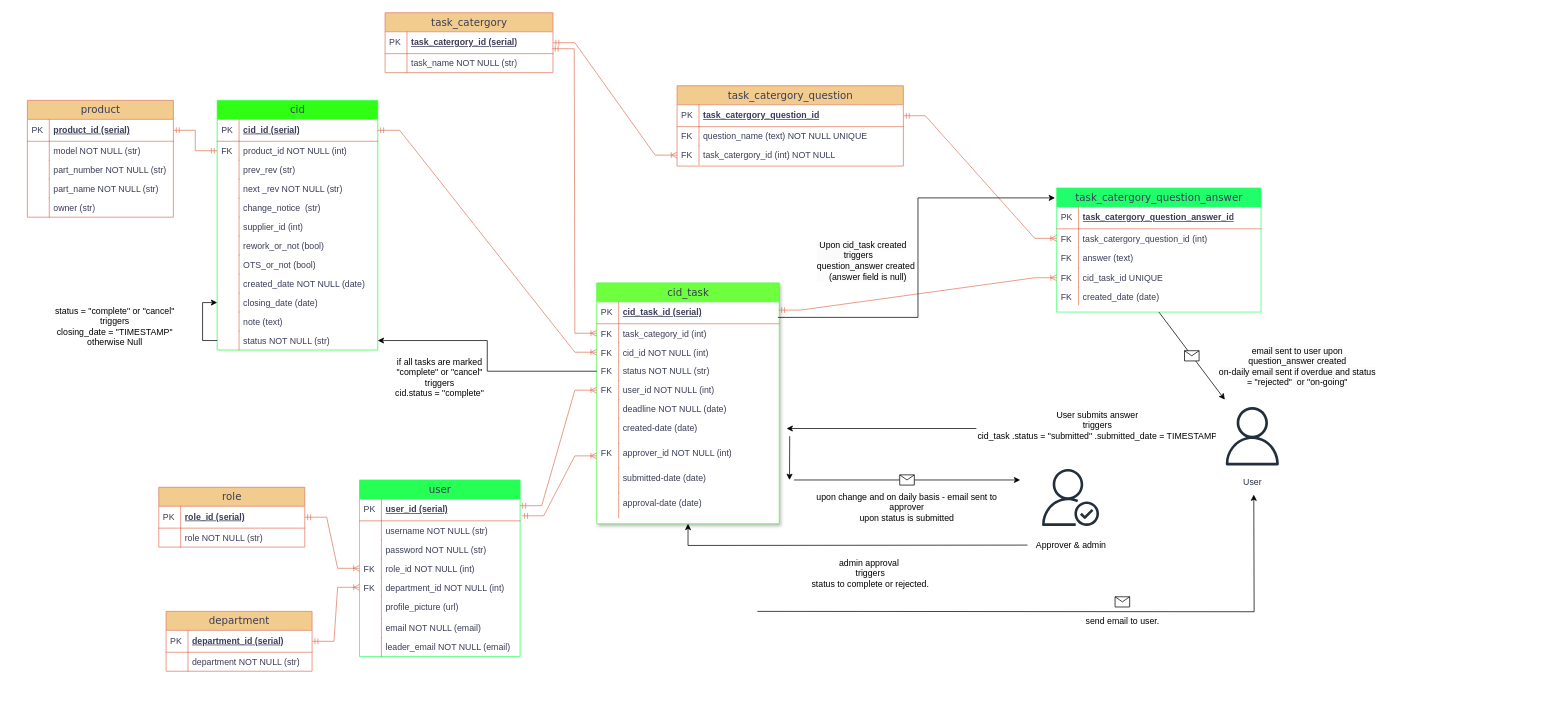
Before: Untitled Diagram.drawio in HieuBuiCong/ResumeHieuBC, a draw.io diagram. Source tidied: cells renumbered, new cells numbered last; positions are measured from the earlier drawing's top-left corner, leaving out a move shared by most shapes. Both pictures are drawn from the tidied source at 73%, with x=0, y=0 at pixel (12, -97).
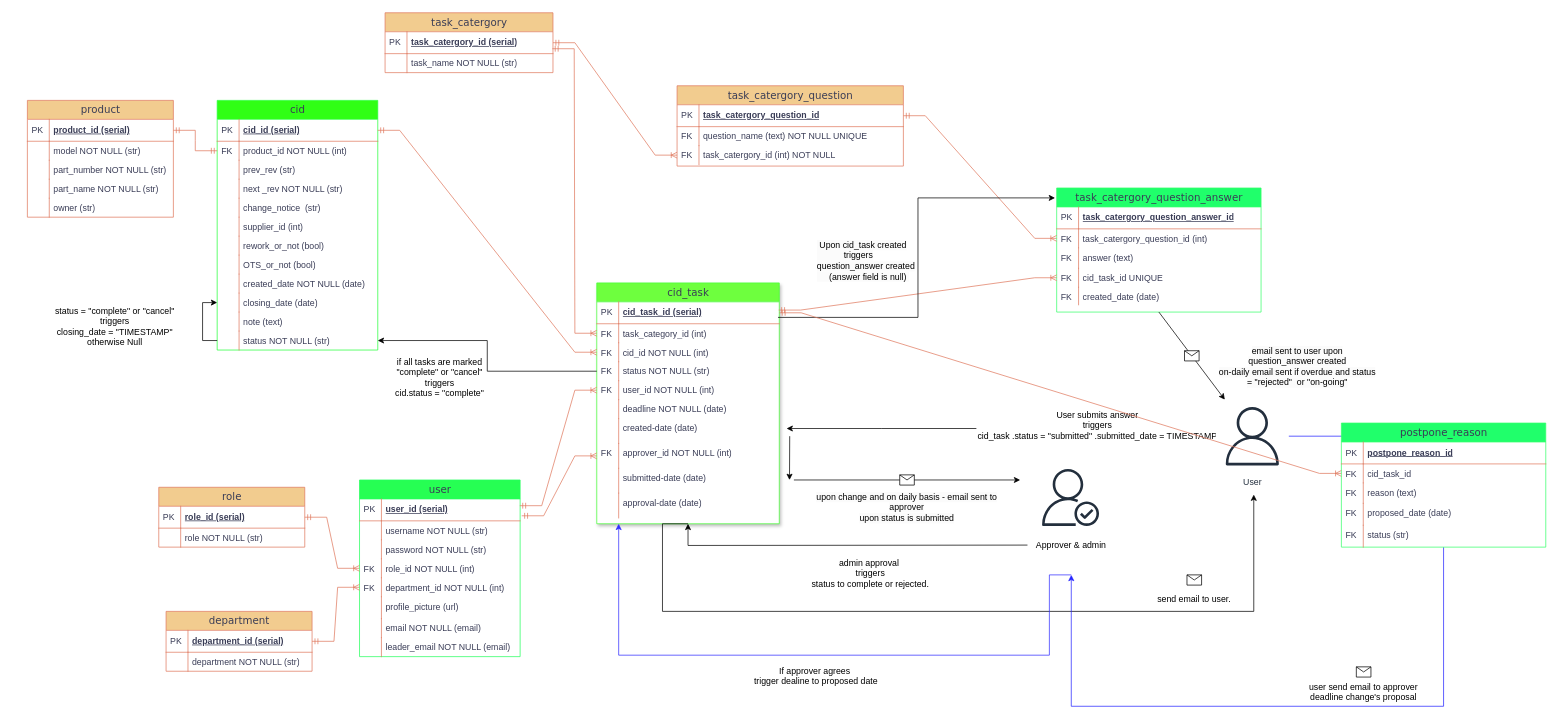
Above is the later version.

The change refers to these unchanged cells:
```xml
<mxCell id="71" value="cid_task" style="swimlane;html=1;fontStyle=0;horizontal=1;startSize=26;fillColor=#6EFF3E;swimlaneFillColor=#ffffff;align=center;rounded=0;shadow=1;comic=0;labelBackgroundColor=none;strokeWidth=1;fontFamily=Verdana;fontSize=14;strokeColor=#46FF34;fontColor=#393C56;" parent="1" vertex="1">
  <mxGeometry x="800" y="520" width="250" height="330" as="geometry" />
</mxCell>
<mxCell id="72" value="cid_task_id (serial)" style="shape=partialRectangle;top=0;left=0;right=0;bottom=1;html=1;align=left;verticalAlign=middle;fillColor=none;spacingLeft=34;spacingRight=4;whiteSpace=wrap;overflow=hidden;points=[[0,0.5],[1,0.5]];portConstraint=eastwest;fontStyle=5;labelBackgroundColor=none;strokeColor=#E07A5F;fontColor=#393C56;" parent="71" vertex="1">
  <mxGeometry y="26" width="250" height="30" as="geometry" />
</mxCell>
<mxCell id="132" value="User" style="sketch=0;outlineConnect=0;fontColor=#232F3E;gradientColor=none;strokeColor=#232F3E;fillColor=#ffffff;dashed=0;verticalLabelPosition=bottom;verticalAlign=top;align=center;html=1;fontSize=12;fontStyle=0;shape=mxgraph.aws4.resourceIcon;resIcon=mxgraph.aws4.user;" parent="1" vertex="1">
  <mxGeometry x="1648" y="680" width="100" height="100" as="geometry" />
</mxCell>
```

Diff of the diagram source:
```diff
@@
-    <mxCell id="139" style="edgeStyle=orthogonalEdgeStyle;rounded=0;orthogonalLoop=1;jettySize=auto;html=1;" parent="1" edge="1">
+    <mxCell id="139" style="edgeStyle=orthogonalEdgeStyle;rounded=0;jettySize=auto;html=1;exitX=0.5;exitY=1;exitDx=0;exitDy=0;" parent="1" edge="1" source="71">
       <mxGeometry relative="1" as="geometry">
-        <mxPoint x="1020" y="970" as="sourcePoint" />
         <mxPoint x="1700" y="810" as="targetPoint" />
+        <Array as="points">
+          <mxPoint x="890" y="850" />
+          <mxPoint x="890" y="970" />
+          <mxPoint x="1700" y="970" />
+        </Array>
       </mxGeometry>
     </mxCell>
     <mxCell id="140" style="shape=message;html=1;" parent="1" vertex="1">
-      <mxGeometry x="1510" y="950" width="20" height="14" as="geometry" />
+      <mxGeometry x="1608.5" y="920" width="20" height="14" as="geometry" />
     </mxCell>
     <mxCell id="141" value="send email to user." style="text;whiteSpace=wrap;html=1;align=center;" parent="1" vertex="1">
-      <mxGeometry x="1389.5" y="970" width="261" height="30" as="geometry" />
+      <mxGeometry x="1488" y="940" width="261" height="30" as="geometry" />
     </mxCell>
+    <mxCell id="142" style="edgeStyle=orthogonalEdgeStyle;rounded=0;jettySize=auto;html=1;fillColor=#FF3424;strokeColor=light-dark(#2425FF,#FFFFFF);" parent="1" edge="1" source="132">
+      <mxGeometry relative="1" as="geometry">
+        <mxPoint x="1450" y="920" as="targetPoint" />
+        <Array as="points">
+          <mxPoint x="1960" y="730" />
+          <mxPoint x="1960" y="1100" />
+        </Array>
+      </mxGeometry>
+    </mxCell>
+    <mxCell id="143" style="shape=message;html=1;" parent="1" vertex="1">
+      <mxGeometry x="1840.5" y="1046" width="20" height="14" as="geometry" />
+    </mxCell>
+    <mxCell id="144" value="user send email to approver&lt;br&gt;deadline change's proposal" style="text;whiteSpace=wrap;html=1;align=center;" parent="1" vertex="1">
+      <mxGeometry x="1720" y="1060" width="261" height="30" as="geometry" />
+    </mxCell>
+    <mxCell id="145" style="edgeStyle=orthogonalEdgeStyle;rounded=0;orthogonalLoop=1;jettySize=auto;html=1;fillColor=#61FF7D;strokeColor=light-dark(#322EFF,#FFFFFF);" parent="1" edge="1">
+      <mxGeometry relative="1" as="geometry">
+        <mxPoint x="1450" y="920" as="sourcePoint" />
+        <mxPoint x="830" y="850" as="targetPoint" />
+        <Array as="points">
+          <mxPoint x="1420" y="920" />
+          <mxPoint x="1420" y="1030" />
+          <mxPoint x="830" y="1030" />
+        </Array>
+      </mxGeometry>
+    </mxCell>
+    <mxCell id="146" value="If approver agrees&amp;nbsp;&lt;br&gt;trigger dealine to proposed date" style="text;whiteSpace=wrap;html=1;align=center;" parent="1" vertex="1">
+      <mxGeometry x="970" y="1038" width="261" height="62" as="geometry" />
+    </mxCell>
+    <mxCell id="147" value="postpone_reason" style="swimlane;html=1;fontStyle=0;horizontal=1;startSize=26;fillColor=#20FF6B;swimlaneFillColor=#ffffff;align=center;rounded=0;shadow=0;comic=0;labelBackgroundColor=none;strokeWidth=1;fontFamily=Verdana;fontSize=14;strokeColor=#36FF6A;fontColor=#393C56;" parent="1" vertex="1">
+      <mxGeometry x="1820" y="712" width="280" height="170" as="geometry" />
+    </mxCell>
+    <mxCell id="148" value="postpone_reason_id" style="shape=partialRectangle;top=0;left=0;right=0;bottom=1;html=1;align=left;verticalAlign=middle;fillColor=none;spacingLeft=34;spacingRight=4;whiteSpace=wrap;overflow=hidden;fontStyle=5;strokeColor=#E07A5F;labelBackgroundColor=none;fontColor=#393C56;" parent="147" vertex="1">
+      <mxGeometry y="26" width="280" height="30" as="geometry" />
+    </mxCell>
+    <mxCell id="149" value="PK" style="shape=partialRectangle;top=0;left=0;bottom=0;html=1;fillColor=none;align=left;verticalAlign=middle;spacingLeft=4;spacingRight=4;whiteSpace=wrap;overflow=hidden;labelBackgroundColor=none;strokeColor=#E07A5F;fontColor=#393C56;" parent="148" vertex="1">
+      <mxGeometry width="30" height="30" as="geometry" />
+    </mxCell>
+    <mxCell id="150" value="cid_task_id" style="shape=partialRectangle;top=0;left=0;right=0;bottom=0;html=1;align=left;verticalAlign=top;fillColor=none;spacingLeft=34;spacingRight=4;whiteSpace=wrap;overflow=hidden;points=[[0,0.5],[1,0.5]];portConstraint=eastwest;labelBackgroundColor=none;strokeColor=#E07A5F;fontColor=#393C56;" parent="147" vertex="1">
+      <mxGeometry y="56" width="280" height="26" as="geometry" />
+    </mxCell>
+    <mxCell id="151" value="FK" style="shape=partialRectangle;top=0;left=0;bottom=0;html=1;fillColor=none;align=left;verticalAlign=top;spacingLeft=4;spacingRight=4;whiteSpace=wrap;overflow=hidden;labelBackgroundColor=none;strokeColor=#E07A5F;fontColor=#393C56;" parent="150" vertex="1">
+      <mxGeometry width="30" height="26" as="geometry" />
+    </mxCell>
+    <mxCell id="152" value="reason (text)" style="shape=partialRectangle;top=0;left=0;right=0;bottom=0;html=1;align=left;verticalAlign=top;fillColor=none;spacingLeft=34;spacingRight=4;whiteSpace=wrap;overflow=hidden;labelBackgroundColor=none;strokeColor=#E07A5F;fontColor=#393C56;" parent="147" vertex="1">
+      <mxGeometry y="82" width="280" height="28" as="geometry" />
+    </mxCell>
+    <mxCell id="153" value="FK" style="shape=partialRectangle;top=0;left=0;bottom=0;html=1;fillColor=none;align=left;verticalAlign=top;spacingLeft=4;spacingRight=4;whiteSpace=wrap;overflow=hidden;labelBackgroundColor=none;strokeColor=#E07A5F;fontColor=#393C56;" parent="152" vertex="1">
+      <mxGeometry width="30" height="28" as="geometry" />
+    </mxCell>
+    <mxCell id="154" value="proposed_date (date)" style="shape=partialRectangle;top=0;left=0;right=0;bottom=0;html=1;align=left;verticalAlign=top;fillColor=none;spacingLeft=34;spacingRight=4;whiteSpace=wrap;overflow=hidden;labelBackgroundColor=none;strokeColor=#E07A5F;fontColor=#393C56;" parent="147" vertex="1">
+      <mxGeometry y="110" width="280" height="30" as="geometry" />
+    </mxCell>
+    <mxCell id="155" value="FK" style="shape=partialRectangle;top=0;left=0;bottom=0;html=1;fillColor=none;align=left;verticalAlign=top;spacingLeft=4;spacingRight=4;whiteSpace=wrap;overflow=hidden;labelBackgroundColor=none;strokeColor=#E07A5F;fontColor=#393C56;" parent="154" vertex="1">
+      <mxGeometry width="30" height="30" as="geometry" />
+    </mxCell>
+    <mxCell id="156" value="status (str)" style="shape=partialRectangle;top=0;left=0;right=0;bottom=0;html=1;align=left;verticalAlign=top;fillColor=none;spacingLeft=34;spacingRight=4;whiteSpace=wrap;overflow=hidden;labelBackgroundColor=none;strokeColor=#E07A5F;fontColor=#393C56;" parent="147" vertex="1">
+      <mxGeometry y="140" width="280" height="30" as="geometry" />
+    </mxCell>
+    <mxCell id="157" value="FK" style="shape=partialRectangle;top=0;left=0;bottom=0;html=1;fillColor=none;align=left;verticalAlign=top;spacingLeft=4;spacingRight=4;whiteSpace=wrap;overflow=hidden;labelBackgroundColor=none;strokeColor=#E07A5F;fontColor=#393C56;" parent="156" vertex="1">
+      <mxGeometry width="30" height="30" as="geometry" />
+    </mxCell>
+    <mxCell id="158" style="edgeStyle=entityRelationEdgeStyle;fontSize=12;html=1;endArrow=ERoneToMany;startArrow=ERmandOne;rounded=0;strokeColor=#E07A5F;fontColor=#393C56;fillColor=#F2CC8F;exitX=1;exitY=0.5;exitDx=0;exitDy=0;entryX=0;entryY=0.5;entryDx=0;entryDy=0;" parent="1" edge="1" source="72" target="150">
+      <mxGeometry relative="1" as="geometry">
+        <Array as="points">
+          <mxPoint x="1105" y="561" />
+          <mxPoint x="995" y="131" />
+          <mxPoint x="995" y="71" />
+          <mxPoint x="1115" y="591" />
+          <mxPoint x="935" y="151" />
+          <mxPoint x="1125" y="631" />
+          <mxPoint x="1035" y="391" />
+        </Array>
+      </mxGeometry>
+    </mxCell>
```
